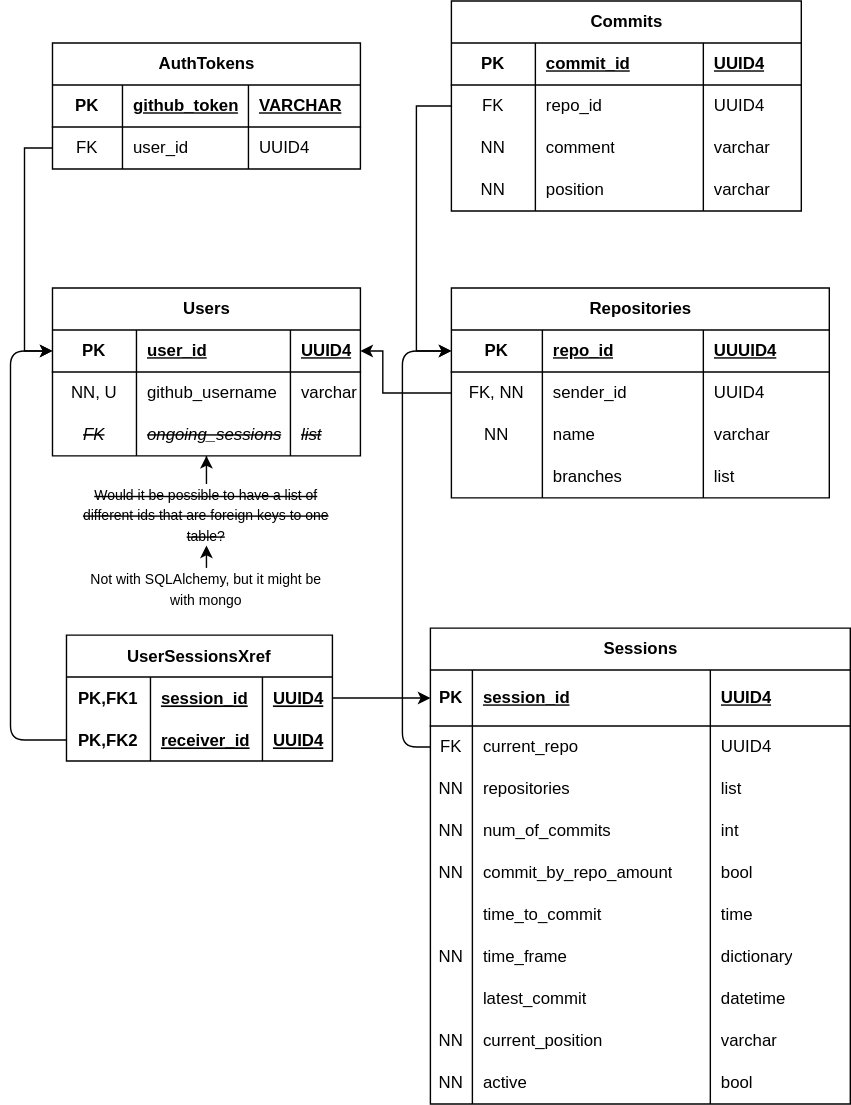
This is git-nabber.drawio.svg from Jamesh431/Cyclone, a draw.io export, as it was before one commit. Source tidied: cells renumbered, new cells last; positions are measured from the earlier drawing's top-left corner, leaving out a move shared by most shapes.
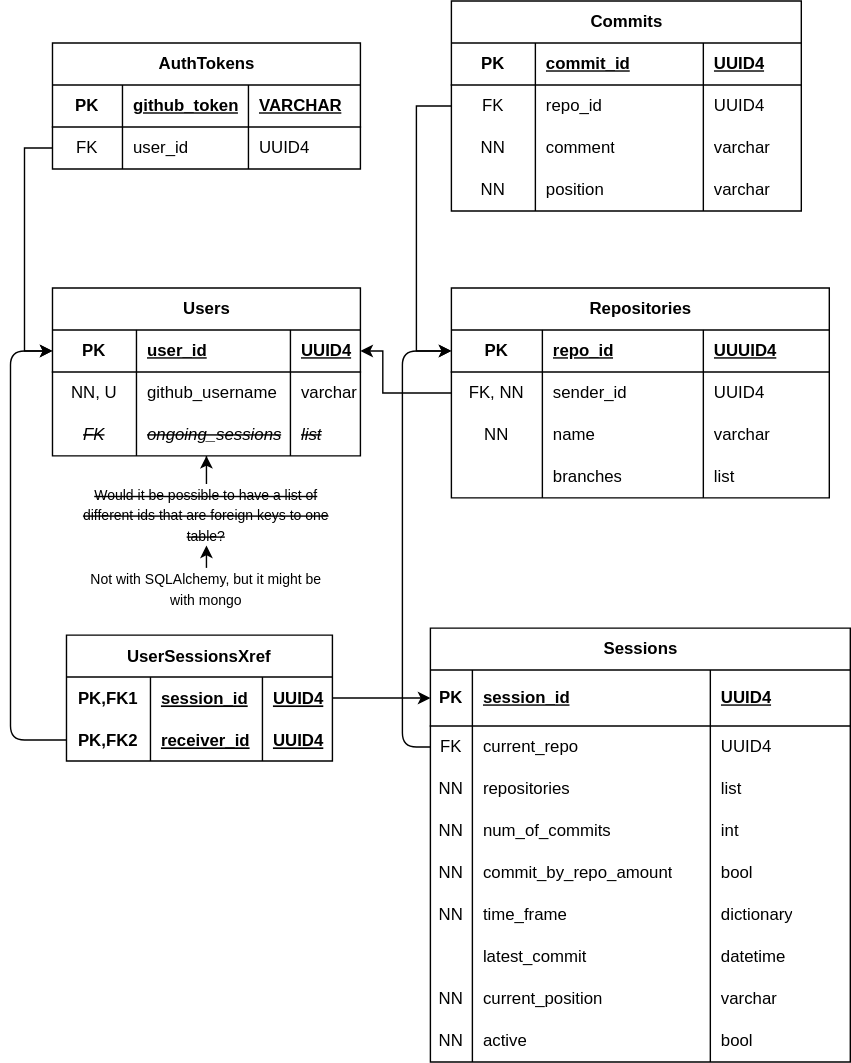
Later version of the same file.

Change to the diagram source:
```diff
@@ -174,7 +174,7 @@
       <mxGeometry x="180" width="70" height="30" as="geometry" />
     </mxCell>
     <mxCell id="59" value="Sessions" style="shape=table;startSize=30;rowLines=0;fontStyle=1;align=center;html=1;" parent="1" vertex="1">
-      <mxGeometry x="300" y="448" width="300" height="340" as="geometry" />
+      <mxGeometry x="300" y="448" width="300" height="310" as="geometry" />
     </mxCell>
     <mxCell id="60" style="shape=tableRow;horizontal=0;startSize=0;swimlaneHead=0;swimlaneBody=0;fillColor=none;points=[[0,0.5],[1,0.5]];portConstraint=eastwest;top=0;left=0;right=0;bottom=1;" parent="59" vertex="1">
       <mxGeometry y="30" width="300" height="40" as="geometry" />
@@ -236,20 +236,8 @@
     <mxCell id="79" value="bool" style="shape=partialRectangle;fillColor=none;top=0;left=0;bottom=0;right=0;align=left;spacingLeft=6;overflow=hidden;whiteSpace=wrap;html=1;" parent="76" vertex="1">
       <mxGeometry x="200" width="100" height="30" as="geometry" />
     </mxCell>
-    <mxCell id="80" style="shape=tableRow;horizontal=0;startSize=0;swimlaneHead=0;swimlaneBody=0;fillColor=none;top=0;left=0;right=0;bottom=0;" parent="59" vertex="1">
-      <mxGeometry y="190" width="300" height="30" as="geometry" />
-    </mxCell>
-    <mxCell id="81" style="shape=partialRectangle;fillColor=none;top=0;left=0;bottom=0;right=0;overflow=hidden;whiteSpace=wrap;html=1;" parent="80" vertex="1">
-      <mxGeometry width="30" height="30" as="geometry" />
-    </mxCell>
-    <mxCell id="82" value="time_to_commit" style="shape=partialRectangle;fillColor=none;top=0;left=0;bottom=0;right=0;align=left;spacingLeft=6;overflow=hidden;whiteSpace=wrap;html=1;" parent="80" vertex="1">
-      <mxGeometry x="30" width="170" height="30" as="geometry" />
-    </mxCell>
-    <mxCell id="83" value="time" style="shape=partialRectangle;fillColor=none;top=0;left=0;bottom=0;right=0;align=left;spacingLeft=6;overflow=hidden;whiteSpace=wrap;html=1;" parent="80" vertex="1">
-      <mxGeometry x="200" width="100" height="30" as="geometry" />
-    </mxCell>
     <mxCell id="84" style="shape=tableRow;horizontal=0;startSize=0;swimlaneHead=0;swimlaneBody=0;fillColor=none;top=0;left=0;right=0;bottom=0;" parent="59" vertex="1">
-      <mxGeometry y="220" width="300" height="30" as="geometry" />
+      <mxGeometry y="190" width="300" height="30" as="geometry" />
     </mxCell>
     <mxCell id="85" value="NN" style="shape=partialRectangle;fillColor=none;top=0;left=0;bottom=0;right=0;overflow=hidden;whiteSpace=wrap;html=1;" parent="84" vertex="1">
       <mxGeometry width="30" height="30" as="geometry" />
@@ -261,7 +249,7 @@
       <mxGeometry x="200" width="100" height="30" as="geometry" />
     </mxCell>
     <mxCell id="88" style="shape=tableRow;horizontal=0;startSize=0;swimlaneHead=0;swimlaneBody=0;fillColor=none;top=0;left=0;right=0;bottom=0;" parent="59" vertex="1">
-      <mxGeometry y="250" width="300" height="30" as="geometry" />
+      <mxGeometry y="220" width="300" height="30" as="geometry" />
     </mxCell>
     <mxCell id="89" style="shape=partialRectangle;fillColor=none;top=0;left=0;bottom=0;right=0;overflow=hidden;whiteSpace=wrap;html=1;" parent="88" vertex="1">
       <mxGeometry width="30" height="30" as="geometry" />
@@ -273,7 +261,7 @@
       <mxGeometry x="200" width="100" height="30" as="geometry" />
     </mxCell>
     <mxCell id="92" style="shape=tableRow;horizontal=0;startSize=0;swimlaneHead=0;swimlaneBody=0;fillColor=none;top=0;left=0;right=0;bottom=0;" parent="59" vertex="1">
-      <mxGeometry y="280" width="300" height="30" as="geometry" />
+      <mxGeometry y="250" width="300" height="30" as="geometry" />
     </mxCell>
     <mxCell id="93" value="NN" style="shape=partialRectangle;fillColor=none;top=0;left=0;bottom=0;right=0;overflow=hidden;whiteSpace=wrap;html=1;" parent="92" vertex="1">
       <mxGeometry width="30" height="30" as="geometry" />
@@ -285,7 +273,7 @@
       <mxGeometry x="200" width="100" height="30" as="geometry" />
     </mxCell>
     <mxCell id="96" style="shape=tableRow;horizontal=0;startSize=0;swimlaneHead=0;swimlaneBody=0;fillColor=none;top=0;left=0;right=0;bottom=0;" parent="59" vertex="1">
-      <mxGeometry y="310" width="300" height="30" as="geometry" />
+      <mxGeometry y="280" width="300" height="30" as="geometry" />
     </mxCell>
     <mxCell id="97" value="NN" style="shape=partialRectangle;fillColor=none;top=0;left=0;bottom=0;right=0;overflow=hidden;whiteSpace=wrap;html=1;" parent="96" vertex="1">
       <mxGeometry width="30" height="30" as="geometry" />
```
